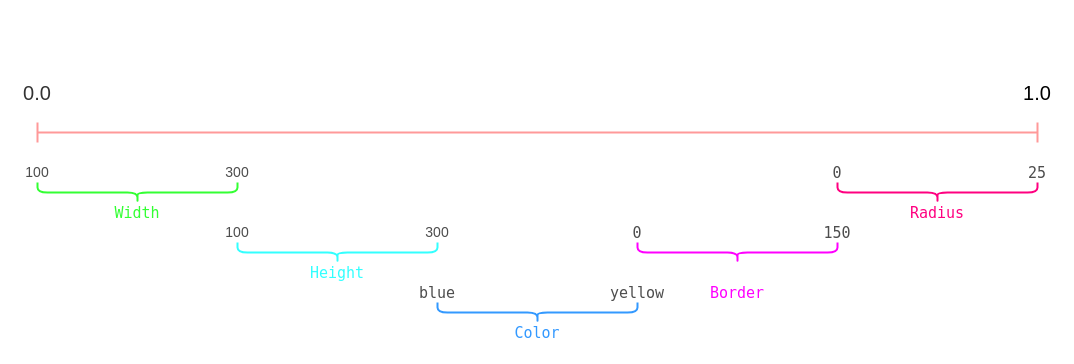
This is staggered-animation.drawio from xrr2016/drawio-files, a draw.io file, before an edit. Source tidied: cells renumbered, new cells numbered last; positions are measured from the earlier drawing's top-left corner, leaving out a move shared by most shapes. Both pictures are drawn from the tidied source at 100%, with x=0, y=0 at pixel (17, 82).
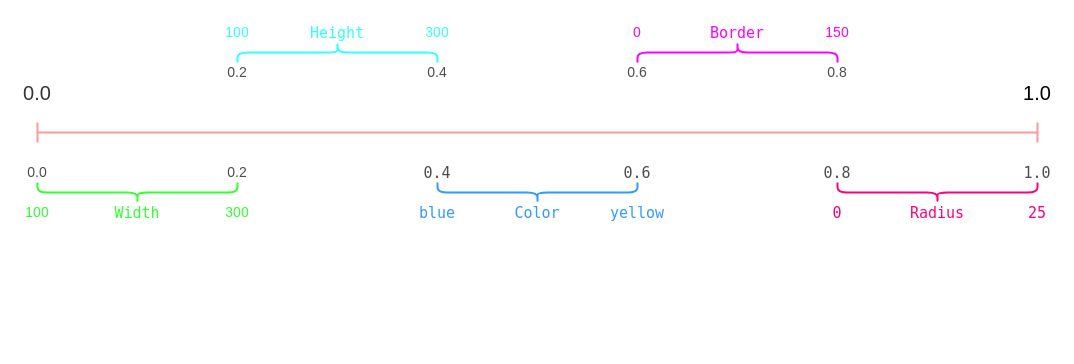
After the change.

Diff of the diagram source:
```diff
@@
-    <mxCell id="7" style="shape=curlyBracket;whiteSpace=wrap;html=1;rounded=1;strokeWidth=2;fontSize=20;direction=north;fontColor=#00FFFF;strokeColor=#33FFFF;" parent="1" vertex="1">
-      <mxGeometry x="220" y="160" width="200" height="20" as="geometry" />
+    <mxCell id="7" style="shape=curlyBracket;whiteSpace=wrap;html=1;rounded=1;strokeWidth=2;fontSize=20;direction=south;fontColor=#00FFFF;strokeColor=#33FFFF;" parent="1" vertex="1">
+      <mxGeometry x="220" y="-40" width="200" height="20" as="geometry" />
     </mxCell>
     <mxCell id="8" style="shape=curlyBracket;whiteSpace=wrap;html=1;rounded=1;strokeWidth=2;fontSize=20;direction=north;strokeColor=#3399FF;" parent="1" vertex="1">
-      <mxGeometry x="420" y="220" width="200" height="20" as="geometry" />
+      <mxGeometry x="420" y="100" width="200" height="20" as="geometry" />
     </mxCell>
-    <mxCell id="9" style="shape=curlyBracket;whiteSpace=wrap;html=1;rounded=1;strokeWidth=2;fontSize=20;direction=north;fontColor=#FF00FF;strokeColor=#FF00FF;" parent="1" vertex="1">
-      <mxGeometry x="620" y="160" width="200" height="20" as="geometry" />
+    <mxCell id="9" style="shape=curlyBracket;whiteSpace=wrap;html=1;rounded=1;strokeWidth=2;fontSize=20;direction=south;fontColor=#FF00FF;strokeColor=#FF00FF;" parent="1" vertex="1">
+      <mxGeometry x="620" y="-40" width="200" height="20" as="geometry" />
     </mxCell>
@@
     <mxCell id="11" value="&lt;div style=&quot;font-family: &amp;quot;jetbrains mono&amp;quot; , &amp;quot;menlo&amp;quot; , &amp;quot;monaco&amp;quot; , &amp;quot;courier new&amp;quot; , monospace ; font-size: 15px ; line-height: 30px&quot;&gt;Height&lt;/div&gt;" style="text;html=1;strokeColor=none;fillColor=none;align=center;verticalAlign=middle;whiteSpace=wrap;rounded=0;fontSize=20;fontColor=#33FFFF;" parent="1" vertex="1">
-      <mxGeometry x="300" y="180" width="40" height="20" as="geometry" />
+      <mxGeometry x="300" y="-60" width="40" height="20" as="geometry" />
     </mxCell>
     <mxCell id="12" value="&lt;div style=&quot;font-family: &amp;quot;jetbrains mono&amp;quot; , &amp;quot;menlo&amp;quot; , &amp;quot;monaco&amp;quot; , &amp;quot;courier new&amp;quot; , monospace ; font-size: 15px ; line-height: 30px&quot;&gt;Color&lt;/div&gt;" style="text;html=1;strokeColor=none;fillColor=none;align=center;verticalAlign=middle;whiteSpace=wrap;rounded=0;fontSize=20;fontColor=#3399FF;" parent="1" vertex="1">
-      <mxGeometry x="500" y="240" width="40" height="20" as="geometry" />
+      <mxGeometry x="500" y="120" width="40" height="20" as="geometry" />
     </mxCell>
     <mxCell id="13" value="&lt;div style=&quot;font-family: &amp;quot;jetbrains mono&amp;quot; , &amp;quot;menlo&amp;quot; , &amp;quot;monaco&amp;quot; , &amp;quot;courier new&amp;quot; , monospace ; font-size: 15px ; line-height: 30px&quot;&gt;&lt;div style=&quot;font-family: &amp;quot;jetbrains mono&amp;quot; , &amp;quot;menlo&amp;quot; , &amp;quot;monaco&amp;quot; , &amp;quot;courier new&amp;quot; , monospace ; line-height: 30px&quot;&gt;Border&lt;/div&gt;&lt;/div&gt;" style="text;html=1;strokeColor=none;fillColor=none;align=center;verticalAlign=middle;whiteSpace=wrap;rounded=0;fontSize=20;fontColor=#FF00FF;" parent="1" vertex="1">
-      <mxGeometry x="700" y="200" width="40" height="20" as="geometry" />
+      <mxGeometry x="700" y="-60" width="40" height="20" as="geometry" />
     </mxCell>
@@
-    <mxCell id="15" value="100" style="text;html=1;strokeColor=none;fillColor=none;align=center;verticalAlign=middle;whiteSpace=wrap;rounded=0;fontSize=14;fontColor=#4D4D4D;" parent="1" vertex="1">
-      <mxGeometry y="80" width="40" height="20" as="geometry" />
+    <mxCell id="15" value="100" style="text;html=1;strokeColor=none;fillColor=none;align=center;verticalAlign=middle;whiteSpace=wrap;rounded=0;fontSize=14;fontColor=#33FF33;" parent="1" vertex="1">
+      <mxGeometry y="120" width="40" height="20" as="geometry" />
     </mxCell>
-    <mxCell id="16" value="300" style="text;html=1;strokeColor=none;fillColor=none;align=center;verticalAlign=middle;whiteSpace=wrap;rounded=0;fontSize=14;fontColor=#4D4D4D;" parent="1" vertex="1">
-      <mxGeometry x="200" y="80" width="40" height="20" as="geometry" />
+    <mxCell id="16" value="300" style="text;html=1;strokeColor=none;fillColor=none;align=center;verticalAlign=middle;whiteSpace=wrap;rounded=0;fontSize=14;fontColor=#33FF33;" parent="1" vertex="1">
+      <mxGeometry x="200" y="120" width="40" height="20" as="geometry" />
     </mxCell>
-    <mxCell id="17" value="100" style="text;html=1;strokeColor=none;fillColor=none;align=center;verticalAlign=middle;whiteSpace=wrap;rounded=0;fontSize=14;fontColor=#4D4D4D;" parent="1" vertex="1">
-      <mxGeometry x="200" y="140" width="40" height="20" as="geometry" />
+    <mxCell id="17" value="0.2" style="text;html=1;strokeColor=none;fillColor=none;align=center;verticalAlign=middle;whiteSpace=wrap;rounded=0;fontSize=14;fontColor=#4D4D4D;" parent="1" vertex="1">
+      <mxGeometry x="200" y="-20" width="40" height="20" as="geometry" />
     </mxCell>
-    <mxCell id="18" value="300" style="text;html=1;strokeColor=none;fillColor=none;align=center;verticalAlign=middle;whiteSpace=wrap;rounded=0;fontSize=14;fontColor=#4D4D4D;" parent="1" vertex="1">
-      <mxGeometry x="400" y="140" width="40" height="20" as="geometry" />
+    <mxCell id="18" value="0.4" style="text;html=1;strokeColor=none;fillColor=none;align=center;verticalAlign=middle;whiteSpace=wrap;rounded=0;fontSize=14;fontColor=#4D4D4D;" parent="1" vertex="1">
+      <mxGeometry x="400" y="-20" width="40" height="20" as="geometry" />
     </mxCell>
-    <mxCell id="19" value="&lt;div style=&quot;font-family: &amp;#34;jetbrains mono&amp;#34; , &amp;#34;menlo&amp;#34; , &amp;#34;monaco&amp;#34; , &amp;#34;courier new&amp;#34; , monospace ; font-size: 15px ; line-height: 30px&quot;&gt;blue&lt;/div&gt;" style="text;html=1;strokeColor=none;fillColor=none;align=center;verticalAlign=middle;whiteSpace=wrap;rounded=0;fontSize=14;fontColor=#4D4D4D;" parent="1" vertex="1">
-      <mxGeometry x="400" y="200" width="40" height="20" as="geometry" />
+    <mxCell id="19" value="&lt;div style=&quot;font-family: &amp;#34;jetbrains mono&amp;#34; , &amp;#34;menlo&amp;#34; , &amp;#34;monaco&amp;#34; , &amp;#34;courier new&amp;#34; , monospace ; font-size: 15px ; line-height: 30px&quot;&gt;0.4&lt;/div&gt;" style="text;html=1;strokeColor=none;fillColor=none;align=center;verticalAlign=middle;whiteSpace=wrap;rounded=0;fontSize=14;fontColor=#4D4D4D;" parent="1" vertex="1">
+      <mxGeometry x="400" y="80" width="40" height="20" as="geometry" />
     </mxCell>
-    <mxCell id="20" value="&lt;div style=&quot;font-family: &amp;#34;jetbrains mono&amp;#34; , &amp;#34;menlo&amp;#34; , &amp;#34;monaco&amp;#34; , &amp;#34;courier new&amp;#34; , monospace ; font-size: 15px ; line-height: 30px&quot;&gt;&lt;div style=&quot;font-family: &amp;#34;jetbrains mono&amp;#34; , &amp;#34;menlo&amp;#34; , &amp;#34;monaco&amp;#34; , &amp;#34;courier new&amp;#34; , monospace ; line-height: 30px&quot;&gt;yellow&lt;/div&gt;&lt;/div&gt;" style="text;html=1;strokeColor=none;fillColor=none;align=center;verticalAlign=middle;whiteSpace=wrap;rounded=0;fontSize=14;fontColor=#4D4D4D;" parent="1" vertex="1">
-      <mxGeometry x="600" y="200" width="40" height="20" as="geometry" />
+    <mxCell id="20" value="&lt;div style=&quot;font-family: &amp;#34;jetbrains mono&amp;#34; , &amp;#34;menlo&amp;#34; , &amp;#34;monaco&amp;#34; , &amp;#34;courier new&amp;#34; , monospace ; font-size: 15px ; line-height: 30px&quot;&gt;&lt;div style=&quot;font-family: &amp;#34;jetbrains mono&amp;#34; , &amp;#34;menlo&amp;#34; , &amp;#34;monaco&amp;#34; , &amp;#34;courier new&amp;#34; , monospace ; line-height: 30px&quot;&gt;0.6&lt;/div&gt;&lt;/div&gt;" style="text;html=1;strokeColor=none;fillColor=none;align=center;verticalAlign=middle;whiteSpace=wrap;rounded=0;fontSize=14;fontColor=#4D4D4D;" parent="1" vertex="1">
+      <mxGeometry x="600" y="80" width="40" height="20" as="geometry" />
     </mxCell>
-    <mxCell id="21" value="&lt;div style=&quot;font-family: &amp;#34;jetbrains mono&amp;#34; , &amp;#34;menlo&amp;#34; , &amp;#34;monaco&amp;#34; , &amp;#34;courier new&amp;#34; , monospace ; font-size: 15px ; line-height: 30px&quot;&gt;&lt;div style=&quot;font-family: &amp;#34;jetbrains mono&amp;#34; , &amp;#34;menlo&amp;#34; , &amp;#34;monaco&amp;#34; , &amp;#34;courier new&amp;#34; , monospace ; line-height: 30px&quot;&gt;0&lt;/div&gt;&lt;/div&gt;" style="text;html=1;strokeColor=none;fillColor=none;align=center;verticalAlign=middle;whiteSpace=wrap;rounded=0;fontSize=14;fontColor=#4D4D4D;" parent="1" vertex="1">
-      <mxGeometry x="600" y="140" width="40" height="20" as="geometry" />
-    </mxCell>
-    <mxCell id="22" value="&lt;div style=&quot;font-family: &amp;#34;jetbrains mono&amp;#34; , &amp;#34;menlo&amp;#34; , &amp;#34;monaco&amp;#34; , &amp;#34;courier new&amp;#34; , monospace ; font-size: 15px ; line-height: 30px&quot;&gt;&lt;div style=&quot;font-family: &amp;#34;jetbrains mono&amp;#34; , &amp;#34;menlo&amp;#34; , &amp;#34;monaco&amp;#34; , &amp;#34;courier new&amp;#34; , monospace ; line-height: 30px&quot;&gt;150&lt;/div&gt;&lt;/div&gt;" style="text;html=1;strokeColor=none;fillColor=none;align=center;verticalAlign=middle;whiteSpace=wrap;rounded=0;fontSize=14;fontColor=#4D4D4D;" parent="1" vertex="1">
-      <mxGeometry x="800" y="140" width="40" height="20" as="geometry" />
-    </mxCell>
-    <mxCell id="23" value="&lt;div style=&quot;font-family: &amp;#34;jetbrains mono&amp;#34; , &amp;#34;menlo&amp;#34; , &amp;#34;monaco&amp;#34; , &amp;#34;courier new&amp;#34; , monospace ; font-size: 15px ; line-height: 30px&quot;&gt;&lt;div style=&quot;font-family: &amp;#34;jetbrains mono&amp;#34; , &amp;#34;menlo&amp;#34; , &amp;#34;monaco&amp;#34; , &amp;#34;courier new&amp;#34; , monospace ; line-height: 30px&quot;&gt;0&lt;/div&gt;&lt;/div&gt;" style="text;html=1;strokeColor=none;fillColor=none;align=center;verticalAlign=middle;whiteSpace=wrap;rounded=0;fontSize=14;fontColor=#4D4D4D;" parent="1" vertex="1">
+    <mxCell id="23" value="&lt;div style=&quot;font-family: &amp;#34;jetbrains mono&amp;#34; , &amp;#34;menlo&amp;#34; , &amp;#34;monaco&amp;#34; , &amp;#34;courier new&amp;#34; , monospace ; font-size: 15px ; line-height: 30px&quot;&gt;&lt;div style=&quot;font-family: &amp;#34;jetbrains mono&amp;#34; , &amp;#34;menlo&amp;#34; , &amp;#34;monaco&amp;#34; , &amp;#34;courier new&amp;#34; , monospace ; line-height: 30px&quot;&gt;0.8&lt;/div&gt;&lt;/div&gt;" style="text;html=1;strokeColor=none;fillColor=none;align=center;verticalAlign=middle;whiteSpace=wrap;rounded=0;fontSize=14;fontColor=#4D4D4D;" parent="1" vertex="1">
       <mxGeometry x="800" y="80" width="40" height="20" as="geometry" />
     </mxCell>
-    <mxCell id="24" value="&lt;div style=&quot;font-family: &amp;#34;jetbrains mono&amp;#34; , &amp;#34;menlo&amp;#34; , &amp;#34;monaco&amp;#34; , &amp;#34;courier new&amp;#34; , monospace ; font-size: 15px ; line-height: 30px&quot;&gt;&lt;div style=&quot;font-family: &amp;#34;jetbrains mono&amp;#34; , &amp;#34;menlo&amp;#34; , &amp;#34;monaco&amp;#34; , &amp;#34;courier new&amp;#34; , monospace ; line-height: 30px&quot;&gt;25&lt;/div&gt;&lt;/div&gt;" style="text;html=1;strokeColor=none;fillColor=none;align=center;verticalAlign=middle;whiteSpace=wrap;rounded=0;fontSize=14;fontColor=#4D4D4D;" parent="1" vertex="1">
+    <mxCell id="24" value="&lt;div style=&quot;font-family: &amp;#34;jetbrains mono&amp;#34; , &amp;#34;menlo&amp;#34; , &amp;#34;monaco&amp;#34; , &amp;#34;courier new&amp;#34; , monospace ; font-size: 15px ; line-height: 30px&quot;&gt;&lt;div style=&quot;font-family: &amp;#34;jetbrains mono&amp;#34; , &amp;#34;menlo&amp;#34; , &amp;#34;monaco&amp;#34; , &amp;#34;courier new&amp;#34; , monospace ; line-height: 30px&quot;&gt;1.0&lt;/div&gt;&lt;/div&gt;" style="text;html=1;strokeColor=none;fillColor=none;align=center;verticalAlign=middle;whiteSpace=wrap;rounded=0;fontSize=14;fontColor=#4D4D4D;" parent="1" vertex="1">
       <mxGeometry x="1000" y="80" width="40" height="20" as="geometry" />
     </mxCell>
+    <mxCell id="25" value="0.0" style="text;html=1;strokeColor=none;fillColor=none;align=center;verticalAlign=middle;whiteSpace=wrap;rounded=0;fontSize=14;fontColor=#4D4D4D;" parent="1" vertex="1">
+      <mxGeometry y="80" width="40" height="20" as="geometry" />
+    </mxCell>
+    <mxCell id="26" value="0.2" style="text;html=1;strokeColor=none;fillColor=none;align=center;verticalAlign=middle;whiteSpace=wrap;rounded=0;fontSize=14;fontColor=#4D4D4D;" parent="1" vertex="1">
+      <mxGeometry x="200" y="80" width="40" height="20" as="geometry" />
+    </mxCell>
+    <mxCell id="27" value="300" style="text;html=1;strokeColor=none;fillColor=none;align=center;verticalAlign=middle;whiteSpace=wrap;rounded=0;fontSize=14;fontColor=#33FFFF;" parent="1" vertex="1">
+      <mxGeometry x="400" y="-60" width="40" height="20" as="geometry" />
+    </mxCell>
+    <mxCell id="28" value="100" style="text;html=1;strokeColor=none;fillColor=none;align=center;verticalAlign=middle;whiteSpace=wrap;rounded=0;fontSize=14;fontColor=#33FFFF;" parent="1" vertex="1">
+      <mxGeometry x="200" y="-60" width="40" height="20" as="geometry" />
+    </mxCell>
+    <mxCell id="29" value="&lt;span style=&quot;font-family: &amp;quot;jetbrains mono&amp;quot; , &amp;quot;menlo&amp;quot; , &amp;quot;monaco&amp;quot; , &amp;quot;courier new&amp;quot; , monospace ; font-size: 15px&quot;&gt;blue&lt;/span&gt;" style="text;html=1;strokeColor=none;fillColor=none;align=center;verticalAlign=middle;whiteSpace=wrap;rounded=0;fontSize=14;fontColor=#3399FF;" parent="1" vertex="1">
+      <mxGeometry x="400" y="120" width="40" height="20" as="geometry" />
+    </mxCell>
+    <mxCell id="30" value="&lt;span style=&quot;font-family: &amp;quot;jetbrains mono&amp;quot; , &amp;quot;menlo&amp;quot; , &amp;quot;monaco&amp;quot; , &amp;quot;courier new&amp;quot; , monospace ; font-size: 15px&quot;&gt;yellow&lt;/span&gt;" style="text;html=1;strokeColor=none;fillColor=none;align=center;verticalAlign=middle;whiteSpace=wrap;rounded=0;fontSize=14;fontColor=#3399FF;" parent="1" vertex="1">
+      <mxGeometry x="600" y="120" width="40" height="20" as="geometry" />
+    </mxCell>
+    <mxCell id="31" value="0.6" style="text;html=1;strokeColor=none;fillColor=none;align=center;verticalAlign=middle;whiteSpace=wrap;rounded=0;fontSize=14;fontColor=#4D4D4D;" parent="1" vertex="1">
+      <mxGeometry x="600" y="-20" width="40" height="20" as="geometry" />
+    </mxCell>
+    <mxCell id="32" value="0.8" style="text;html=1;strokeColor=none;fillColor=none;align=center;verticalAlign=middle;whiteSpace=wrap;rounded=0;fontSize=14;fontColor=#4D4D4D;" parent="1" vertex="1">
+      <mxGeometry x="800" y="-20" width="40" height="20" as="geometry" />
+    </mxCell>
+    <mxCell id="22" value="150" style="text;html=1;strokeColor=none;fillColor=none;align=center;verticalAlign=middle;whiteSpace=wrap;rounded=0;fontSize=14;fontColor=#FF00FF;" parent="1" vertex="1">
+      <mxGeometry x="800" y="-60" width="40" height="20" as="geometry" />
+    </mxCell>
+    <mxCell id="33" value="0" style="text;html=1;strokeColor=none;fillColor=none;align=center;verticalAlign=middle;whiteSpace=wrap;rounded=0;fontSize=14;fontColor=#FF00FF;" parent="1" vertex="1">
+      <mxGeometry x="600" y="-60" width="40" height="20" as="geometry" />
+    </mxCell>
+    <mxCell id="34" value="&lt;font face=&quot;jetbrains mono, menlo, monaco, courier new, monospace&quot;&gt;&lt;span style=&quot;font-size: 15px&quot;&gt;0&lt;/span&gt;&lt;/font&gt;" style="text;html=1;strokeColor=none;fillColor=none;align=center;verticalAlign=middle;whiteSpace=wrap;rounded=0;fontSize=14;fontColor=#FF0080;" parent="1" vertex="1">
+      <mxGeometry x="800" y="120" width="40" height="20" as="geometry" />
+    </mxCell>
+    <mxCell id="35" value="&lt;span style=&quot;font-family: &amp;quot;jetbrains mono&amp;quot; , &amp;quot;menlo&amp;quot; , &amp;quot;monaco&amp;quot; , &amp;quot;courier new&amp;quot; , monospace ; font-size: 15px&quot;&gt;25&lt;/span&gt;" style="text;html=1;strokeColor=none;fillColor=none;align=center;verticalAlign=middle;whiteSpace=wrap;rounded=0;fontSize=14;fontColor=#FF0080;" parent="1" vertex="1">
+      <mxGeometry x="1000" y="120" width="40" height="20" as="geometry" />
+    </mxCell>
```
